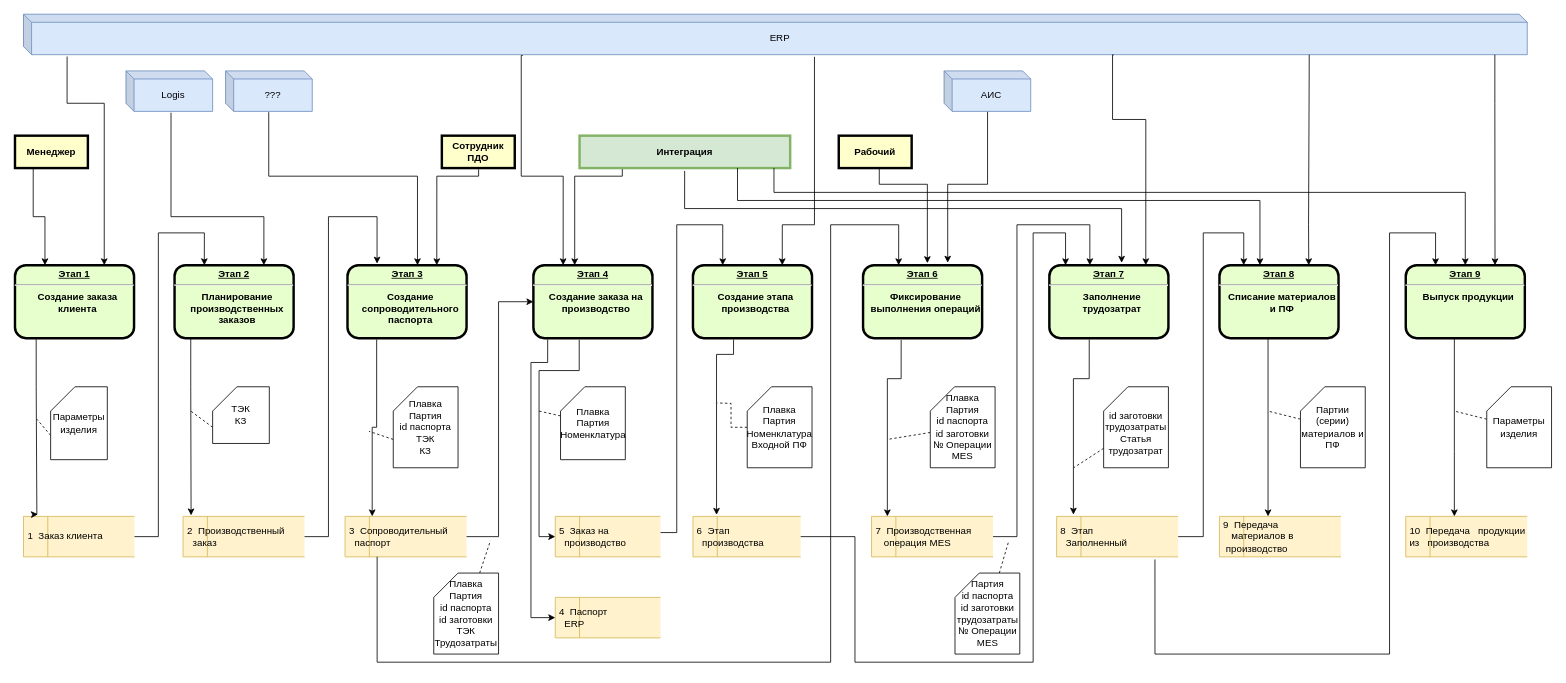
Before: VSMPO/models/Интеграция_ERP_АИС_DFD.drawio in sashok74/Rarus, a draw.io diagram. Source tidied: cells renumbered, new cells numbered last; positions are measured from the earlier drawing's top-left corner, leaving out a move shared by most shapes. Both pictures are drawn from the tidied source at 81%, with x=0, y=0 at pixel (15, 14).
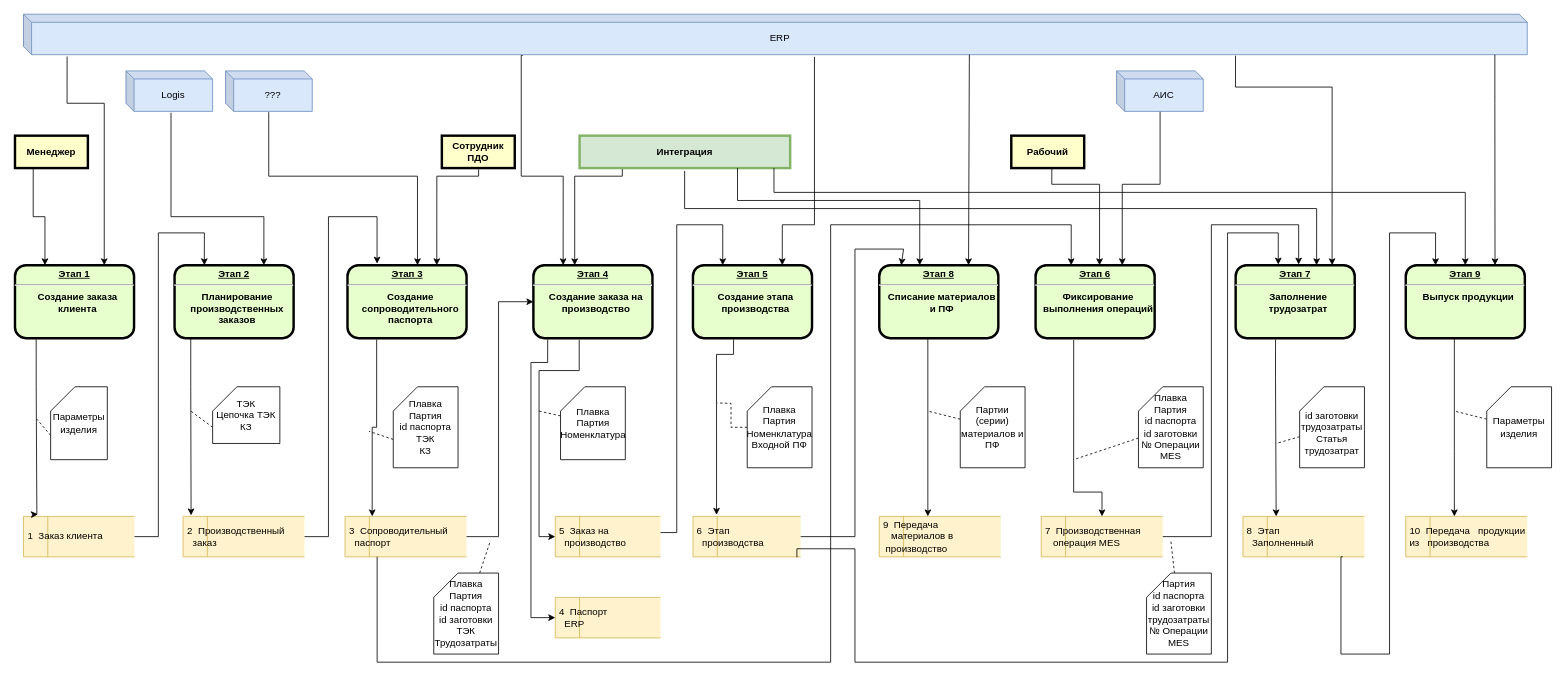
After the change.

The change refers to these unchanged cells:
```xml
<mxCell id="4" value="ERP" style="shape=cube;whiteSpace=wrap;html=1;boundedLbl=1;backgroundOutline=1;darkOpacity=0.05;darkOpacity2=0.1;size=10;fillColor=#dae8fc;strokeColor=#6c8ebf;" parent="1" vertex="1">
  <mxGeometry x="10.5" width="1856.5" height="50" as="geometry" />
</mxCell>
<mxCell id="9" value="Интеграция" style="whiteSpace=wrap;align=center;verticalAlign=middle;fontStyle=1;strokeWidth=3;fillColor=#d5e8d4;strokeColor=#82b366;" parent="1" vertex="1">
  <mxGeometry x="697" y="150" width="260" height="40" as="geometry" />
</mxCell>
<mxCell id="12" value="&lt;p style=&quot;margin: 0px; margin-top: 4px; text-align: center; text-decoration: underline;&quot;&gt;&lt;strong&gt;Этап 3&lt;/strong&gt;&lt;/p&gt;&lt;hr&gt;&lt;p style=&quot;margin: 0px; margin-left: 8px;&quot;&gt;Создание сопроводительного паспорта&lt;/p&gt;" style="verticalAlign=middle;align=center;overflow=fill;fontSize=12;fontFamily=Helvetica;html=1;rounded=1;fontStyle=1;strokeWidth=3;fillColor=#E6FFCC;whiteSpace=wrap;" parent="1" vertex="1">
  <mxGeometry x="410.5" y="310" width="147" height="90" as="geometry" />
</mxCell>
<mxCell id="19" value="3&lt;span style=&quot;white-space: pre;&quot;&gt; &lt;/span&gt;&amp;nbsp;Сопроводительный &lt;span style=&quot;white-space: pre;&quot;&gt; &lt;/span&gt;&amp;nbsp;паспорт" style="html=1;dashed=0;whitespace=wrap;shape=mxgraph.dfd.dataStoreID;align=left;spacingLeft=3;points=[[0,0],[0.5,0],[1,0],[0,0.5],[1,0.5],[0,1],[0.5,1],[1,1]];whiteSpace=wrap;fillColor=#fff2cc;strokeColor=#d6b656;" parent="1" vertex="1">
  <mxGeometry x="407.5" y="620" width="150" height="50" as="geometry" />
</mxCell>
<mxCell id="22" value="6&lt;span style=&quot;white-space: pre;&quot;&gt; &lt;/span&gt;&amp;nbsp;Этап&lt;br&gt;&lt;span style=&quot;white-space: pre;&quot;&gt; &lt;/span&gt;&amp;nbsp;производства" style="html=1;dashed=0;whitespace=wrap;shape=mxgraph.dfd.dataStoreID;align=left;spacingLeft=3;points=[[0,0],[0.5,0],[1,0],[0,0.5],[1,0.5],[0,1],[0.5,1],[1,1]];whiteSpace=wrap;fillColor=#fff2cc;strokeColor=#d6b656;" parent="1" vertex="1">
  <mxGeometry x="837" y="620" width="133" height="50" as="geometry" />
</mxCell>
```

Diff of the diagram source:
```diff
@@
     <mxCell id="7" value="АИС" style="shape=cube;whiteSpace=wrap;html=1;boundedLbl=1;backgroundOutline=1;darkOpacity=0.05;darkOpacity2=0.1;size=10;fillColor=#dae8fc;strokeColor=#6c8ebf;" parent="1" vertex="1">
-      <mxGeometry x="1147" y="70" width="107" height="50" as="geometry" />
+      <mxGeometry x="1360" y="70" width="107" height="50" as="geometry" />
     </mxCell>
@@
     <mxCell id="10" value="Рабочий" style="whiteSpace=wrap;align=center;verticalAlign=middle;fontStyle=1;strokeWidth=3;fillColor=#FFFFCC;" parent="1" vertex="1">
-      <mxGeometry x="1017" y="150" width="90" height="40" as="geometry" />
+      <mxGeometry x="1230" y="150" width="90" height="40" as="geometry" />
     </mxCell>
@@
     <mxCell id="14" value="&lt;p style=&quot;margin: 0px; margin-top: 4px; text-align: center; text-decoration: underline;&quot;&gt;&lt;strong&gt;Этап 6&lt;/strong&gt;&lt;/p&gt;&lt;hr&gt;&lt;p style=&quot;margin: 0px; margin-left: 8px;&quot;&gt;Фиксирование выполнения операций&lt;/p&gt;" style="verticalAlign=middle;align=center;overflow=fill;fontSize=12;fontFamily=Helvetica;html=1;rounded=1;fontStyle=1;strokeWidth=3;fillColor=#E6FFCC;whiteSpace=wrap;" parent="1" vertex="1">
-      <mxGeometry x="1047" y="310" width="147" height="90" as="geometry" />
+      <mxGeometry x="1260" y="310" width="147" height="90" as="geometry" />
     </mxCell>
     <mxCell id="15" value="&lt;p style=&quot;margin: 0px; margin-top: 4px; text-align: center; text-decoration: underline;&quot;&gt;&lt;strong&gt;Этап 7&lt;/strong&gt;&lt;/p&gt;&lt;hr&gt;&lt;p style=&quot;margin: 0px; margin-left: 8px;&quot;&gt;Заполнение трудозатрат&lt;/p&gt;" style="verticalAlign=middle;align=center;overflow=fill;fontSize=12;fontFamily=Helvetica;html=1;rounded=1;fontStyle=1;strokeWidth=3;fillColor=#E6FFCC;whiteSpace=wrap;shadow=0;" parent="1" vertex="1">
-      <mxGeometry x="1277" y="310" width="147" height="90" as="geometry" />
+      <mxGeometry x="1507" y="310" width="147" height="90" as="geometry" />
     </mxCell>
     <mxCell id="16" value="&lt;p style=&quot;margin: 0px; margin-top: 4px; text-align: center; text-decoration: underline;&quot;&gt;&lt;strong&gt;Этап 8&lt;/strong&gt;&lt;/p&gt;&lt;hr&gt;&lt;p style=&quot;margin: 0px; margin-left: 8px;&quot;&gt;Списание материалов и ПФ&lt;/p&gt;" style="verticalAlign=middle;align=center;overflow=fill;fontSize=12;fontFamily=Helvetica;html=1;rounded=1;fontStyle=1;strokeWidth=3;fillColor=#E6FFCC;whiteSpace=wrap;" parent="1" vertex="1">
-      <mxGeometry x="1487" y="310" width="147" height="90" as="geometry" />
+      <mxGeometry x="1067" y="310" width="147" height="90" as="geometry" />
     </mxCell>
@@
     <mxCell id="23" value="7&lt;span style=&quot;white-space: pre;&quot;&gt; &lt;/span&gt;&amp;nbsp;Производственная&lt;br&gt;&amp;nbsp;&lt;span style=&quot;white-space: pre;&quot;&gt; &lt;/span&gt;&amp;nbsp;операция MES" style="html=1;dashed=0;whitespace=wrap;shape=mxgraph.dfd.dataStoreID;align=left;spacingLeft=3;points=[[0,0],[0.5,0],[1,0],[0,0.5],[1,0.5],[0,1],[0.5,1],[1,1]];whiteSpace=wrap;fillColor=#fff2cc;strokeColor=#d6b656;" parent="1" vertex="1">
-      <mxGeometry x="1057.5" y="620" width="150" height="50" as="geometry" />
+      <mxGeometry x="1267" y="620" width="150" height="50" as="geometry" />
     </mxCell>
     <mxCell id="24" value="8&lt;span style=&quot;white-space: pre;&quot;&gt; &lt;/span&gt;&amp;nbsp;Этап&amp;nbsp;&lt;br&gt;&lt;span style=&quot;white-space: pre;&quot;&gt; &lt;/span&gt;&amp;nbsp;Заполненный" style="html=1;dashed=0;whitespace=wrap;shape=mxgraph.dfd.dataStoreID;align=left;spacingLeft=3;points=[[0,0],[0.5,0],[1,0],[0,0.5],[1,0.5],[0,1],[0.5,1],[1,1]];whiteSpace=wrap;fillColor=#fff2cc;strokeColor=#d6b656;" parent="1" vertex="1">
-      <mxGeometry x="1286" y="620" width="150" height="50" as="geometry" />
+      <mxGeometry x="1516" y="620" width="150" height="50" as="geometry" />
     </mxCell>
     <mxCell id="25" value="9&lt;span style=&quot;white-space: pre;&quot;&gt; &lt;/span&gt; Передача &lt;span style=&quot;white-space: pre;&quot;&gt; &lt;/span&gt; &lt;span style=&quot;white-space: pre;&quot;&gt; &lt;/span&gt;материалов в &lt;span style=&quot;white-space: pre;&quot;&gt; &lt;/span&gt;производство" style="html=1;dashed=0;whitespace=wrap;shape=mxgraph.dfd.dataStoreID;align=left;spacingLeft=3;points=[[0,0],[0.5,0],[1,0],[0,0.5],[1,0.5],[0,1],[0.5,1],[1,1]];whiteSpace=wrap;fillColor=#fff2cc;strokeColor=#d6b656;" parent="1" vertex="1">
-      <mxGeometry x="1487" y="620" width="150" height="50" as="geometry" />
+      <mxGeometry x="1067" y="620" width="150" height="50" as="geometry" />
     </mxCell>
@@
-    <mxCell id="29" value="ТЭК&lt;br&gt;КЗ" style="shape=card;whiteSpace=wrap;html=1;" parent="1" vertex="1">
-      <mxGeometry x="244" y="460" width="70" height="70" as="geometry" />
+    <mxCell id="29" value="ТЭК&lt;br&gt;Цепочка ТЭК&lt;br&gt;КЗ" style="shape=card;whiteSpace=wrap;html=1;" parent="1" vertex="1">
+      <mxGeometry x="244" y="460" width="83" height="70" as="geometry" />
     </mxCell>
@@
     <mxCell id="36" style="edgeStyle=none;rounded=0;jettySize=auto;html=1;dashed=1;endArrow=none;endFill=0;elbow=vertical;" parent="1" edge="1" source="37">
       <mxGeometry relative="1" as="geometry">
-        <mxPoint x="1077" y="525" as="targetPoint" />
+        <mxPoint x="1307" y="550" as="targetPoint" />
       </mxGeometry>
     </mxCell>
     <mxCell id="37" value="Плавка&lt;br&gt;Партия&lt;br&gt;id паспорта&lt;br&gt;id заготовки&lt;br&gt;№ Операции MES" style="shape=card;whiteSpace=wrap;html=1;" parent="1" vertex="1">
-      <mxGeometry x="1130" y="460" width="80" height="100" as="geometry" />
+      <mxGeometry x="1387" y="460" width="80" height="100" as="geometry" />
     </mxCell>
     <mxCell id="38" style="edgeStyle=none;rounded=0;jettySize=auto;html=1;dashed=1;endArrow=none;endFill=0;elbow=vertical;" parent="1" edge="1" source="39">
       <mxGeometry relative="1" as="geometry">
-        <mxPoint x="1227" y="650" as="targetPoint" />
+        <mxPoint x="1427" y="650" as="targetPoint" />
       </mxGeometry>
     </mxCell>
     <mxCell id="39" value="Партия&lt;br&gt;id паспорта&lt;br&gt;id заготовки&lt;br&gt;трудозатраты&lt;br&gt;№ Операции MES" style="shape=card;whiteSpace=wrap;html=1;" parent="1" vertex="1">
-      <mxGeometry x="1160.5" y="690" width="80" height="100" as="geometry" />
+      <mxGeometry x="1397" y="690" width="80" height="100" as="geometry" />
     </mxCell>
     <mxCell id="40" style="edgeStyle=none;rounded=0;jettySize=auto;html=1;dashed=1;endArrow=none;endFill=0;elbow=vertical;" parent="1" edge="1" source="41">
       <mxGeometry relative="1" as="geometry">
-        <mxPoint x="1307" y="560" as="targetPoint" />
+        <mxPoint x="1557" y="530" as="targetPoint" />
       </mxGeometry>
     </mxCell>
     <mxCell id="41" value="&lt;br&gt;id заготовки&lt;br&gt;трудозатраты&lt;br&gt;Статья трудозатрат" style="shape=card;whiteSpace=wrap;html=1;" parent="1" vertex="1">
-      <mxGeometry x="1344" y="460" width="80" height="100" as="geometry" />
+      <mxGeometry x="1586" y="460" width="80" height="100" as="geometry" />
     </mxCell>
     <mxCell id="42" style="edgeStyle=none;rounded=0;jettySize=auto;html=1;dashed=1;endArrow=none;endFill=0;elbow=vertical;" parent="1" edge="1" source="43">
       <mxGeometry relative="1" as="geometry">
-        <mxPoint x="1547" y="490" as="targetPoint" />
+        <mxPoint x="1127" y="490" as="targetPoint" />
       </mxGeometry>
     </mxCell>
     <mxCell id="43" value="Партии (серии) материалов и ПФ" style="shape=card;whiteSpace=wrap;html=1;" parent="1" vertex="1">
-      <mxGeometry x="1587" y="460" width="80" height="100" as="geometry" />
+      <mxGeometry x="1167" y="460" width="80" height="100" as="geometry" />
     </mxCell>
@@
+    <mxCell id="94" style="endArrow=classic;html=1;rounded=0;exitX=1;exitY=0.5;exitDx=0;exitDy=0;entryX=0.185;entryY=0.001;entryDx=0;entryDy=0;entryPerimeter=0;" parent="1" edge="1" source="22" target="16">
+      <mxGeometry relative="1" as="geometry">
+        <Array as="points">
+          <mxPoint x="1037" y="645" />
+          <mxPoint x="1037" y="290" />
+          <mxPoint x="1097" y="290" />
+        </Array>
+      </mxGeometry>
+    </mxCell>
@@
-    <mxCell id="52" style="edgeStyle=orthogonalEdgeStyle;rounded=0;jettySize=auto;html=1;entryX=0.75;entryY=0;entryDx=0;entryDy=0;exitX=0.855;exitY=1;exitDx=0;exitDy=0;exitPerimeter=0;strokeWidth=1;endSize=6;" parent="51" edge="1" source="4" target="16">
+    <mxCell id="52" style="edgeStyle=orthogonalEdgeStyle;rounded=0;jettySize=auto;html=1;entryX=0.75;entryY=0;entryDx=0;entryDy=0;strokeWidth=1;endSize=6;exitX=0.629;exitY=0.997;exitDx=0;exitDy=0;exitPerimeter=0;" parent="51" edge="1" source="4" target="16">
       <mxGeometry relative="1" as="geometry">
         <Array as="points">
-          <mxPoint x="1598" y="70" />
-          <mxPoint x="1597" y="70" />
-          <mxPoint x="1597" y="260" />
-          <mxPoint x="1597" y="260" />
+          <mxPoint x="1178" y="60" />
         </Array>
       </mxGeometry>
     </mxCell>
@@
     <mxCell id="54" style="edgeStyle=orthogonalEdgeStyle;rounded=0;jettySize=auto;html=1;entryX=0.34;entryY=0;entryDx=0;entryDy=0;entryPerimeter=0;exitX=0.75;exitY=1;exitDx=0;exitDy=0;strokeWidth=1;endSize=6;" parent="51" edge="1" source="9" target="16">
       <mxGeometry relative="1" as="geometry">
         <Array as="points">
           <mxPoint x="892" y="230" />
-          <mxPoint x="1537" y="230" />
+          <mxPoint x="1117" y="230" />
         </Array>
       </mxGeometry>
     </mxCell>
@@
-    <mxCell id="56" style="edgeStyle=orthogonalEdgeStyle;rounded=0;jettySize=auto;html=1;exitX=1;exitY=0.5;exitDx=0;exitDy=0;entryX=0.204;entryY=0;entryDx=0;entryDy=0;entryPerimeter=0;strokeWidth=1;endSize=6;" parent="51" edge="1" source="24" target="16">
-      <mxGeometry relative="1" as="geometry">
-        <Array as="points">
-          <mxPoint x="1467" y="645" />
-          <mxPoint x="1467" y="270" />
-          <mxPoint x="1517" y="270" />
-        </Array>
-      </mxGeometry>
-    </mxCell>
-    <mxCell id="57" style="edgeStyle=orthogonalEdgeStyle;rounded=0;jettySize=auto;html=1;entryX=0.25;entryY=0;entryDx=0;entryDy=0;endArrow=classic;endFill=1;strokeWidth=1;exitX=0.809;exitY=1.064;exitDx=0;exitDy=0;exitPerimeter=0;endSize=6;" parent="51" edge="1" source="24">
+    <mxCell id="57" style="edgeStyle=orthogonalEdgeStyle;rounded=0;jettySize=auto;html=1;entryX=0.25;entryY=0;entryDx=0;entryDy=0;endArrow=classic;endFill=1;strokeWidth=1;endSize=6;exitX=0.821;exitY=0.997;exitDx=0;exitDy=0;exitPerimeter=0;" parent="51" edge="1" source="24">
       <mxGeometry relative="1" as="geometry">
         <mxPoint x="1753.8" y="310" as="targetPoint" />
         <Array as="points">
-          <mxPoint x="1407" y="790" />
+          <mxPoint x="1637" y="670" />
+          <mxPoint x="1637" y="790" />
           <mxPoint x="1697" y="790" />
           <mxPoint x="1697" y="270" />
           <mxPoint x="1754" y="270" />
         </Array>
       </mxGeometry>
     </mxCell>
@@
-    <mxCell id="61" style="edgeStyle=orthogonalEdgeStyle;rounded=0;jettySize=auto;html=1;strokeWidth=1;shadow=0;exitX=0.725;exitY=1.005;exitDx=0;exitDy=0;exitPerimeter=0;entryX=0.81;entryY=0;entryDx=0;entryDy=0;entryPerimeter=0;" parent="60" edge="1" source="4" target="15">
+    <mxCell id="61" style="edgeStyle=orthogonalEdgeStyle;rounded=0;jettySize=auto;html=1;strokeWidth=1;shadow=0;entryX=0.81;entryY=0;entryDx=0;entryDy=0;entryPerimeter=0;exitX=0.806;exitY=1.026;exitDx=0;exitDy=0;exitPerimeter=0;" parent="60" edge="1" source="4" target="15">
       <mxGeometry relative="1" as="geometry">
         <Array as="points">
-          <mxPoint x="1355" y="50" />
-          <mxPoint x="1355" y="130" />
-          <mxPoint x="1396" y="130" />
+          <mxPoint x="1507" y="90" />
+          <mxPoint x="1626" y="90" />
         </Array>
       </mxGeometry>
     </mxCell>
-    <mxCell id="62" style="edgeStyle=orthogonalEdgeStyle;rounded=0;jettySize=auto;html=1;strokeWidth=1;shadow=0;entryX=0.607;entryY=-0.034;entryDx=0;entryDy=0;entryPerimeter=0;exitX=0.499;exitY=1.089;exitDx=0;exitDy=0;exitPerimeter=0;" parent="60" edge="1" source="9" target="15">
+    <mxCell id="62" style="edgeStyle=orthogonalEdgeStyle;rounded=0;jettySize=auto;html=1;strokeWidth=1;shadow=0;exitX=0.499;exitY=1.089;exitDx=0;exitDy=0;exitPerimeter=0;entryX=0.68;entryY=0;entryDx=0;entryDy=0;entryPerimeter=0;" parent="60" edge="1" source="9" target="15">
       <mxGeometry relative="1" as="geometry">
         <Array as="points">
           <mxPoint x="827" y="240" />
-          <mxPoint x="1366" y="240" />
+          <mxPoint x="1607" y="240" />
         </Array>
       </mxGeometry>
     </mxCell>
-    <mxCell id="63" style="edgeStyle=orthogonalEdgeStyle;rounded=0;jettySize=auto;html=1;exitX=0.335;exitY=1.019;exitDx=0;exitDy=0;exitPerimeter=0;entryX=0.138;entryY=-0.043;entryDx=0;entryDy=0;entryPerimeter=0;strokeWidth=1;" parent="60" edge="1" source="15" target="24">
+    <mxCell id="63" style="edgeStyle=orthogonalEdgeStyle;rounded=0;jettySize=auto;html=1;exitX=0.335;exitY=1.019;exitDx=0;exitDy=0;exitPerimeter=0;strokeWidth=1;" parent="60" edge="1" source="15">
       <mxGeometry relative="1" as="geometry">
+        <mxPoint x="1557" y="620" as="targetPoint" />
         <Array as="points">
-          <mxPoint x="1326" y="450" />
-          <mxPoint x="1307" y="450" />
+          <mxPoint x="1556" y="450" />
+          <mxPoint x="1557" y="618" />
         </Array>
       </mxGeometry>
     </mxCell>
-    <mxCell id="64" style="edgeStyle=orthogonalEdgeStyle;rounded=0;jettySize=auto;html=1;strokeWidth=1;shadow=0;entryX=0.136;entryY=0;entryDx=0;entryDy=0;entryPerimeter=0;exitX=1;exitY=0.5;exitDx=0;exitDy=0;" parent="60" edge="1" source="22" target="15">
+    <mxCell id="64" style="edgeStyle=orthogonalEdgeStyle;rounded=0;jettySize=auto;html=1;strokeWidth=1;shadow=0;entryX=0.358;entryY=-0.01;entryDx=0;entryDy=0;entryPerimeter=0;exitX=0.965;exitY=1.011;exitDx=0;exitDy=0;exitPerimeter=0;" parent="60" edge="1" source="22" target="15">
       <mxGeometry relative="1" as="geometry">
         <Array as="points">
-          <mxPoint x="1037" y="645" />
+          <mxPoint x="965" y="660" />
+          <mxPoint x="1037" y="660" />
           <mxPoint x="1037" y="800" />
-          <mxPoint x="1257" y="800" />
-          <mxPoint x="1257" y="270" />
-          <mxPoint x="1297" y="270" />
+          <mxPoint x="1497" y="800" />
+          <mxPoint x="1497" y="270" />
+          <mxPoint x="1560" y="270" />
         </Array>
       </mxGeometry>
     </mxCell>
-    <mxCell id="65" style="edgeStyle=orthogonalEdgeStyle;rounded=0;jettySize=auto;html=1;strokeWidth=1;shadow=0;entryX=0.34;entryY=0;entryDx=0;entryDy=0;entryPerimeter=0;exitX=1;exitY=0.5;exitDx=0;exitDy=0;" parent="60" edge="1" source="23" target="15">
+    <mxCell id="65" style="edgeStyle=orthogonalEdgeStyle;rounded=0;jettySize=auto;html=1;strokeWidth=1;shadow=0;entryX=0.529;entryY=-0.01;entryDx=0;entryDy=0;entryPerimeter=0;exitX=1;exitY=0.5;exitDx=0;exitDy=0;" parent="60" edge="1" source="23" target="15">
       <mxGeometry relative="1" as="geometry">
         <Array as="points">
-          <mxPoint x="1237" y="645" />
-          <mxPoint x="1237" y="260" />
-          <mxPoint x="1327" y="260" />
+          <mxPoint x="1477" y="645" />
+          <mxPoint x="1477" y="260" />
+          <mxPoint x="1585" y="260" />
         </Array>
       </mxGeometry>
     </mxCell>
@@
-    <mxCell id="67" style="edgeStyle=orthogonalEdgeStyle;rounded=0;jettySize=auto;html=1;exitX=0.502;exitY=1.011;exitDx=0;exitDy=0;exitPerimeter=0;entryX=0.711;entryY=-0.035;entryDx=0;entryDy=0;entryPerimeter=0;" parent="66" edge="1" source="7" target="14">
+    <mxCell id="67" style="edgeStyle=orthogonalEdgeStyle;rounded=0;jettySize=auto;html=1;exitX=0.502;exitY=1.011;exitDx=0;exitDy=0;exitPerimeter=0;entryX=0.728;entryY=0;entryDx=0;entryDy=0;entryPerimeter=0;" parent="66" edge="1" source="7" target="14">
       <mxGeometry relative="1" as="geometry">
         <Array as="points">
-          <mxPoint x="1201" y="210" />
-          <mxPoint x="1152" y="210" />
+          <mxPoint x="1414" y="210" />
+          <mxPoint x="1367" y="210" />
         </Array>
       </mxGeometry>
     </mxCell>
-    <mxCell id="68" style="edgeStyle=orthogonalEdgeStyle;rounded=0;jettySize=auto;html=1;exitX=0.556;exitY=1.021;exitDx=0;exitDy=0;exitPerimeter=0;entryX=0.54;entryY=-0.029;entryDx=0;entryDy=0;entryPerimeter=0;" parent="66" edge="1" source="10" target="14">
+    <mxCell id="68" style="edgeStyle=orthogonalEdgeStyle;rounded=0;jettySize=auto;html=1;exitX=0.556;exitY=1.021;exitDx=0;exitDy=0;exitPerimeter=0;" parent="66" edge="1" source="10">
       <mxGeometry relative="1" as="geometry">
+        <mxPoint x="1339" y="310" as="targetPoint" />
         <Array as="points">
-          <mxPoint x="1067" y="210" />
-          <mxPoint x="1126" y="210" />
+          <mxPoint x="1280" y="210" />
+          <mxPoint x="1339" y="210" />
         </Array>
       </mxGeometry>
     </mxCell>
-    <mxCell id="69" style="edgeStyle=orthogonalEdgeStyle;rounded=0;jettySize=auto;html=1;strokeWidth=1;shadow=0;sketch=0;exitX=0.32;exitY=1.025;exitDx=0;exitDy=0;exitPerimeter=0;entryX=0.13;entryY=0;entryDx=0;entryDy=0;entryPerimeter=0;" parent="66" edge="1" source="14" target="23">
+    <mxCell id="69" style="edgeStyle=orthogonalEdgeStyle;rounded=0;jettySize=auto;html=1;strokeWidth=1;shadow=0;sketch=0;exitX=0.32;exitY=1.025;exitDx=0;exitDy=0;exitPerimeter=0;" parent="66" edge="1" source="14" target="23">
       <mxGeometry relative="1" as="geometry">
         <Array as="points">
-          <mxPoint x="1094" y="450" />
-          <mxPoint x="1077" y="450" />
+          <mxPoint x="1307" y="590" />
+          <mxPoint x="1342" y="590" />
         </Array>
       </mxGeometry>
     </mxCell>
     <mxCell id="70" style="edgeStyle=orthogonalEdgeStyle;rounded=0;jettySize=auto;html=1;entryX=0.299;entryY=0;entryDx=0;entryDy=0;entryPerimeter=0;exitX=0.264;exitY=0.996;exitDx=0;exitDy=0;exitPerimeter=0;" parent="66" edge="1" source="19" target="14">
       <mxGeometry relative="1" as="geometry">
         <Array as="points">
           <mxPoint x="447" y="800" />
           <mxPoint x="1007" y="800" />
           <mxPoint x="1007" y="260" />
-          <mxPoint x="1091" y="260" />
+          <mxPoint x="1304" y="260" />
         </Array>
       </mxGeometry>
     </mxCell>
@@
     <mxCell id="84" style="edgeStyle=orthogonalEdgeStyle;rounded=0;jettySize=auto;html=1;exitX=0.245;exitY=1.019;exitDx=0;exitDy=0;exitPerimeter=0;strokeWidth=1;" parent="81" edge="1" source="12" target="19">
       <mxGeometry relative="1" as="geometry">
         <Array as="points">
-          <mxPoint x="447" y="510" />
+          <mxPoint x="446" y="510" />
           <mxPoint x="441" y="510" />
         </Array>
       </mxGeometry>
     </mxCell>
```
